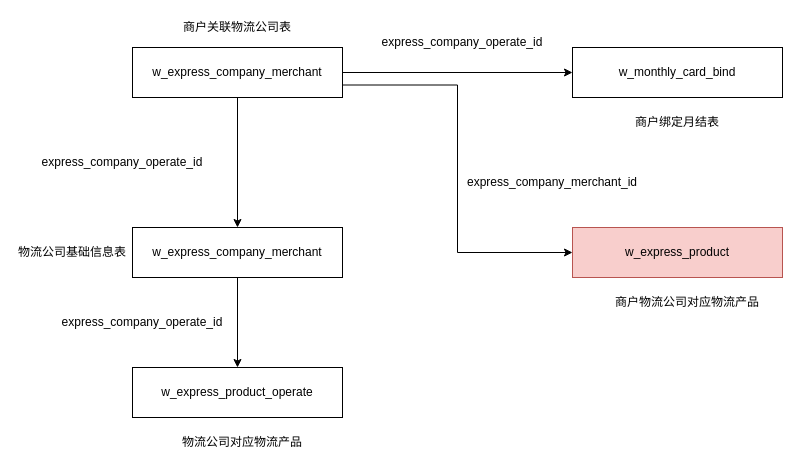
The draw.io diagram page "重构表整理" (12 of 12) of 导入.drawio in vvhard/draw_io, before the edit. Source tidied: cells renumbered, new cells numbered last; positions are measured from the earlier drawing's top-left corner, leaving out a move shared by most shapes. Both pictures are drawn from the tidied source at 100%, with x=0, y=0 at pixel (17, 17).
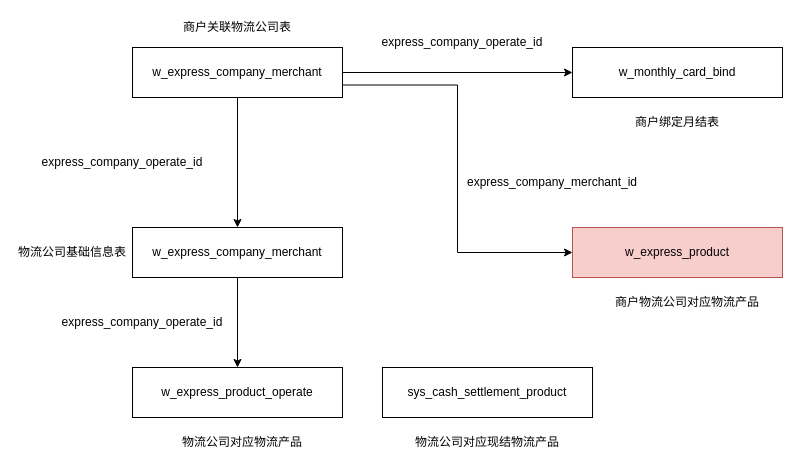
The same page after the edit.

Change to the diagram source:
```diff
@@
+    <mxCell id="20" value="sys_cash_settlement_product" style="rounded=0;whiteSpace=wrap;html=1;" parent="1" vertex="1">
+      <mxGeometry x="365" y="350" width="210" height="50" as="geometry" />
+    </mxCell>
+    <mxCell id="21" value="物流公司对应现结物流产品" style="text;html=1;strokeColor=none;fillColor=none;align=center;verticalAlign=middle;whiteSpace=wrap;rounded=0;" parent="1" vertex="1">
+      <mxGeometry x="395" y="410" width="150" height="30" as="geometry" />
+    </mxCell>
```
